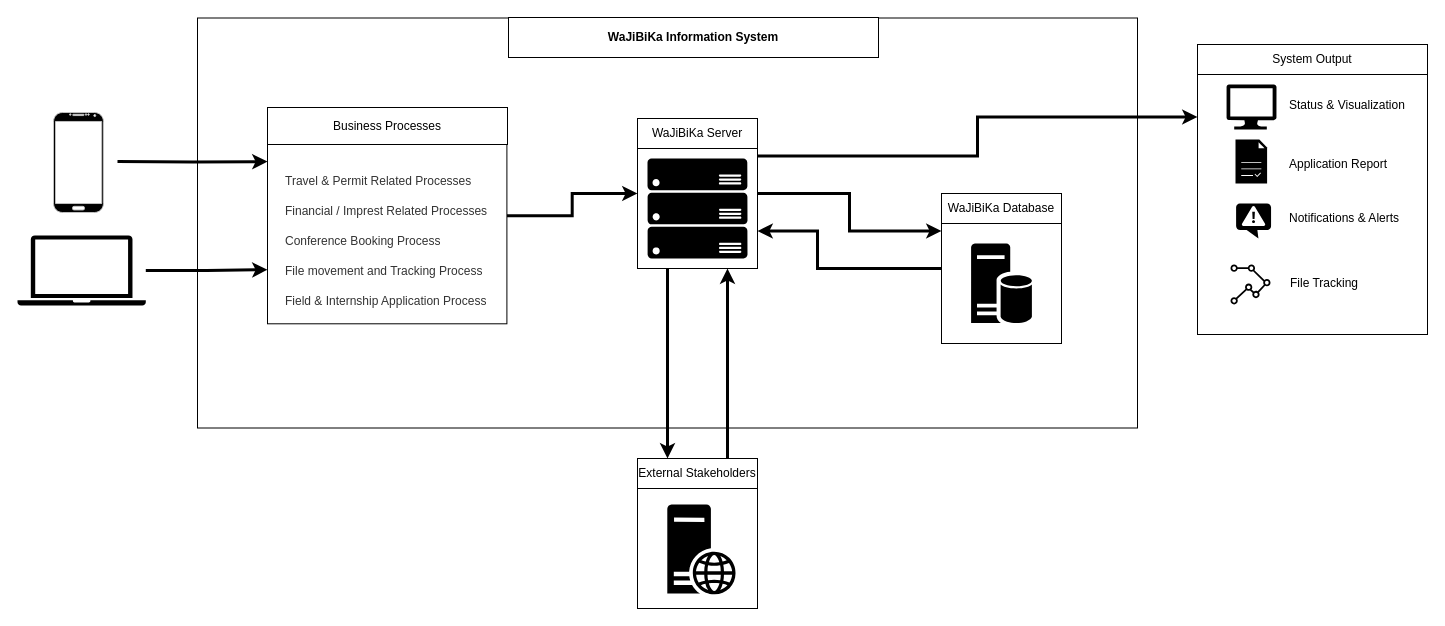
Before: page "Target State" (15 of 15) of wajibika/wajibika-sketches.drawio in MbalamulaS/tech-diagrams, a draw.io diagram. Source tidied: cells renumbered, new cells numbered last; positions are measured from the earlier drawing's top-left corner, leaving out a move shared by most shapes. Both pictures are drawn from the tidied source at 100%, with x=0, y=0 at pixel (17, 17).
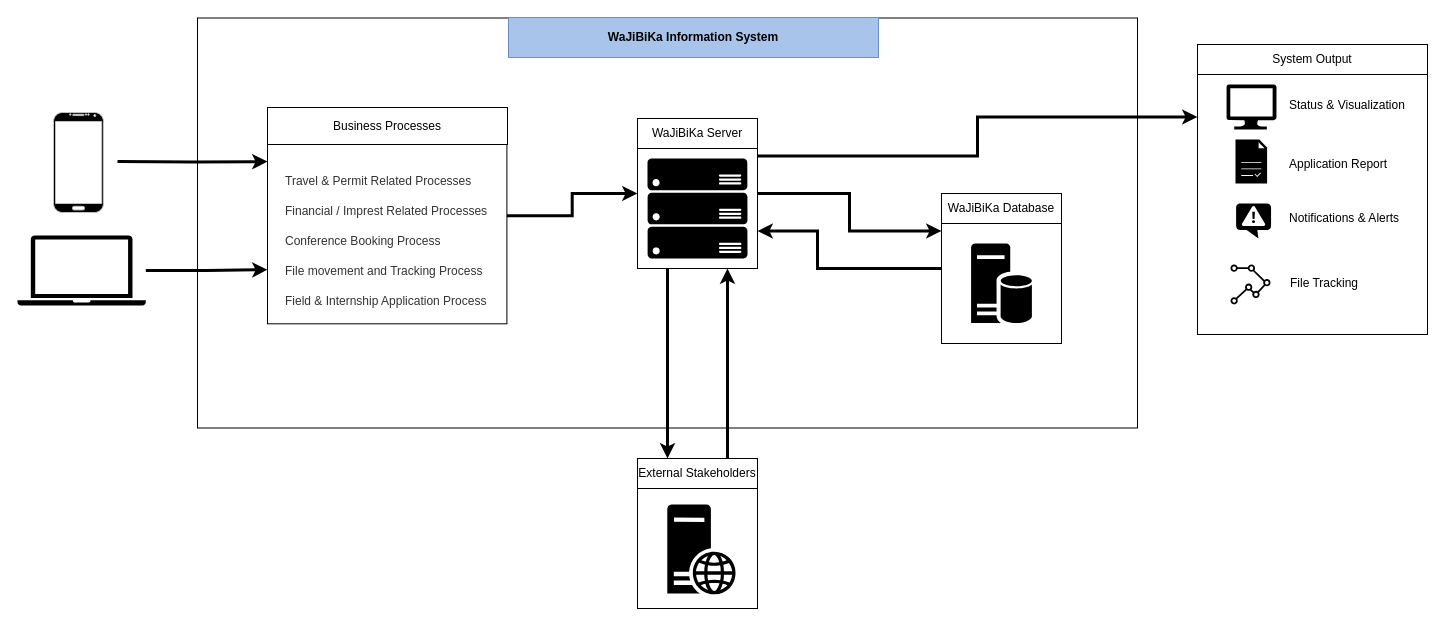
The same page after the edit.

Commit message:
Update Target State

Diff of the diagram source:
```diff
@@
-    <mxCell id="7" value="&lt;b&gt;WaJiBiKa Information System&lt;/b&gt;" style="rounded=0;whiteSpace=wrap;html=1;" parent="1" vertex="1">
+    <mxCell id="7" value="&lt;b&gt;WaJiBiKa Information System&lt;/b&gt;" style="rounded=0;whiteSpace=wrap;html=1;fillColor=#A9C4EB;strokeColor=#6c8ebf;" parent="1" vertex="1">
       <mxGeometry x="491" width="370" height="40" as="geometry" />
     </mxCell>
```
